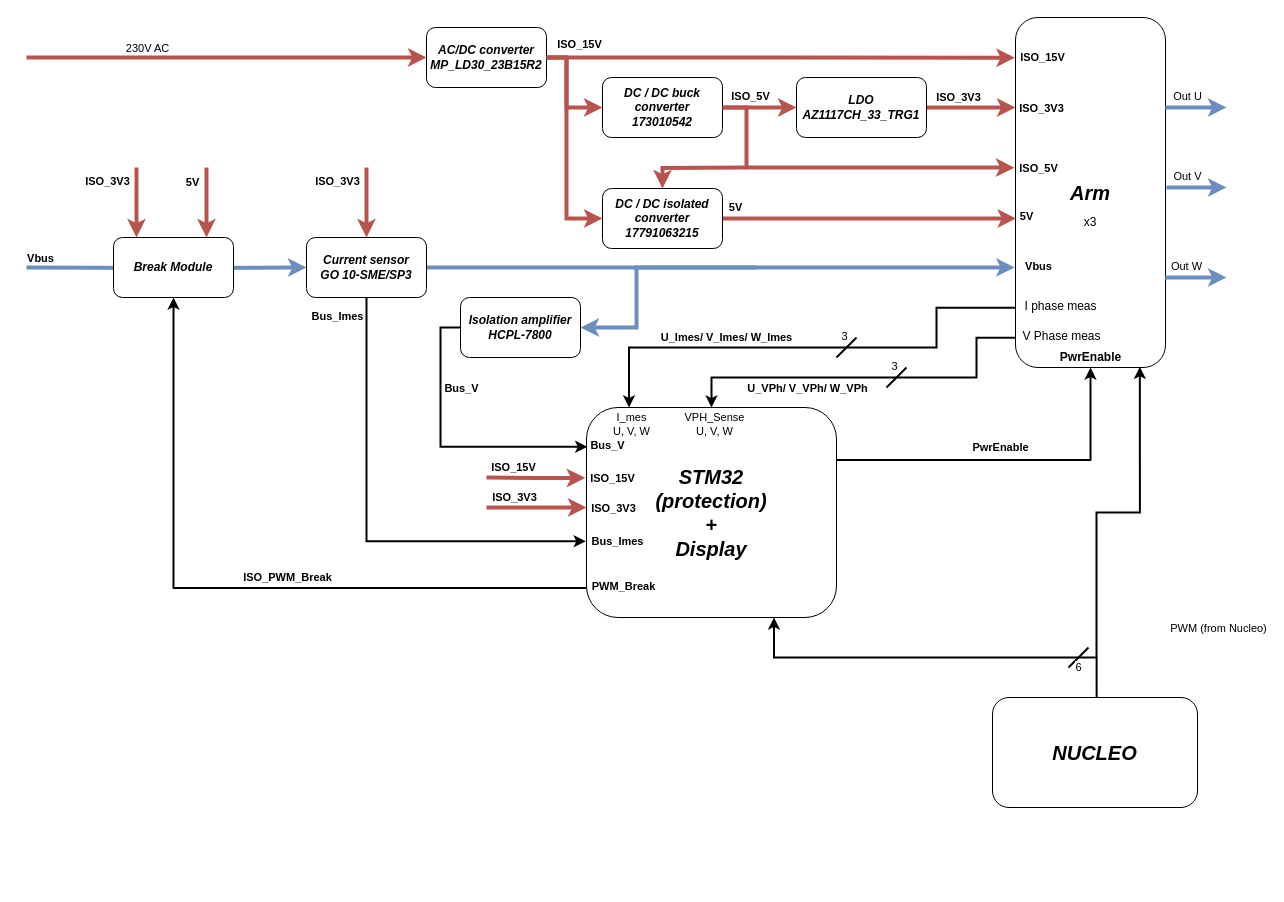
DBXYD/AAP_ENSEA_Inverter keeps this draw.io diagram as page "Global" (1 of 4) of Documentation/synopsis/AAP_Inverter.drawio. Above is the earlier version. Source tidied: cells renumbered, new cells numbered last; positions are measured from the earlier drawing's top-left corner, leaving out a move shared by most shapes. Both pictures are drawn from the tidied source at 100%, with x=0, y=0 at pixel (26, 17).
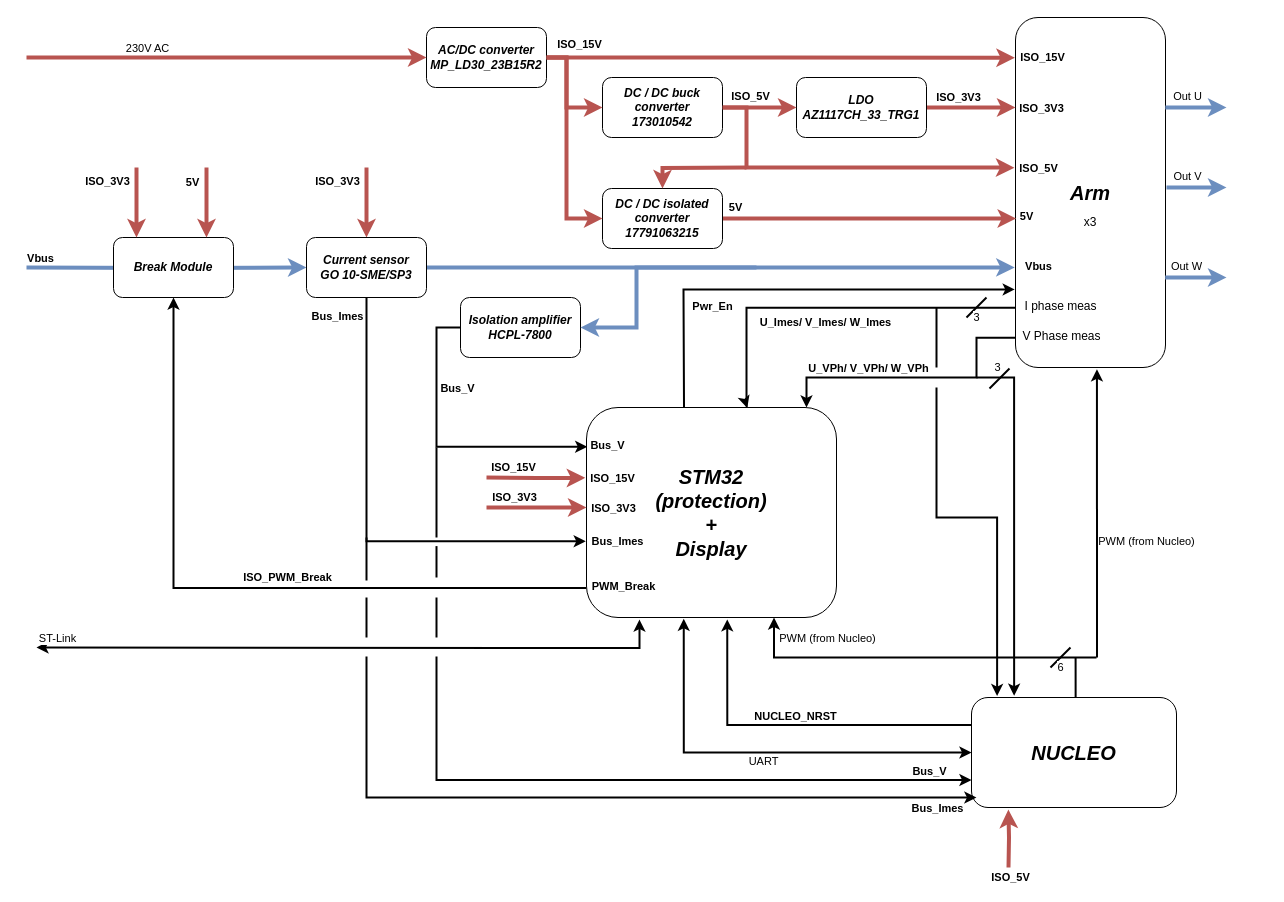
Above is the later version.

Unchanged cells that the change refers to:
```xml
<mxCell id="6" value="&lt;i&gt;&lt;b&gt;&lt;font style=&quot;font-size: 20px;&quot;&gt;Arm&lt;/font&gt;&lt;/b&gt;&lt;/i&gt;" style="rounded=1;whiteSpace=wrap;html=1;fillColor=default;" parent="1" vertex="1">
  <mxGeometry x="989" width="150" height="350" as="geometry" />
</mxCell>
<mxCell id="34" value="&lt;div&gt;Isolation amplifier&lt;/div&gt;&lt;div&gt;HCPL-7800&lt;br&gt;&lt;/div&gt;" style="rounded=1;whiteSpace=wrap;html=1;fontStyle=3;" parent="1" vertex="1">
  <mxGeometry x="434" y="280" width="120" height="60" as="geometry" />
</mxCell>
<mxCell id="45" value="&lt;div&gt;&lt;i&gt;&lt;font style=&quot;font-size: 20px;&quot;&gt;&lt;b&gt;STM32&lt;/b&gt;&lt;/font&gt;&lt;/i&gt;&lt;/div&gt;&lt;div&gt;&lt;i&gt;&lt;font style=&quot;font-size: 20px;&quot;&gt;&lt;b&gt;(protection)&lt;/b&gt;&lt;/font&gt;&lt;/i&gt;&lt;/div&gt;&lt;div&gt;&lt;i&gt;&lt;font style=&quot;font-size: 20px;&quot;&gt;&lt;b&gt;+&lt;/b&gt;&lt;/font&gt;&lt;/i&gt;&lt;/div&gt;&lt;div&gt;&lt;i&gt;&lt;font style=&quot;font-size: 20px;&quot;&gt;&lt;b&gt;Display&lt;br&gt;&lt;/b&gt;&lt;/font&gt;&lt;/i&gt;&lt;/div&gt;" style="rounded=1;whiteSpace=wrap;html=1;" parent="1" vertex="1">
  <mxGeometry x="560" y="390" width="250" height="210" as="geometry" />
</mxCell>
<mxCell id="66" style="endArrow=classic;html=1;rounded=0;entryX=0.75;entryY=1;entryDx=0;entryDy=0;edgeStyle=orthogonalEdgeStyle;strokeWidth=2;exitX=0.508;exitY=0.009;exitDx=0;exitDy=0;exitPerimeter=0;" parent="1" edge="1" source="77" target="45">
  <mxGeometry relative="1" as="geometry">
    <Array as="points">
      <mxPoint x="1070" y="640" />
      <mxPoint x="747" y="640" />
      <mxPoint x="747" y="600" />
    </Array>
  </mxGeometry>
</mxCell>
```

Diff of the diagram source:
```diff
@@
-    <mxCell id="2" style="edgeStyle=orthogonalEdgeStyle;rounded=0;jettySize=auto;html=1;entryX=0.17;entryY=0;entryDx=0;entryDy=0;entryPerimeter=0;strokeWidth=2;exitX=-0.003;exitY=0.829;exitDx=0;exitDy=0;exitPerimeter=0;" parent="1" edge="1" source="6" target="45">
+    <mxCell id="2" style="edgeStyle=orthogonalEdgeStyle;rounded=0;jettySize=auto;html=1;entryX=0.643;entryY=0.002;entryDx=0;entryDy=0;entryPerimeter=0;strokeWidth=2;exitX=-0.003;exitY=0.829;exitDx=0;exitDy=0;exitPerimeter=0;" parent="1" edge="1" source="6" target="45">
       <mxGeometry relative="1" as="geometry">
         <Array as="points">
-          <mxPoint x="910" y="290" />
-          <mxPoint x="910" y="330" />
-          <mxPoint x="603" y="330" />
+          <mxPoint x="720" y="290" />
+          <mxPoint x="720" y="388" />
         </Array>
       </mxGeometry>
     </mxCell>
     <mxCell id="3" value="U_Imes/ V_Imes/ W_Imes" style="edgeLabel;html=1;align=center;verticalAlign=middle;fontStyle=1;" parent="2" vertex="1">
       <mxGeometry x="0.38" y="2" relative="1" as="geometry">
-        <mxPoint x="6" y="-13" as="offset" />
+        <mxPoint x="65" y="12" as="offset" />
       </mxGeometry>
     </mxCell>
-    <mxCell id="4" style="edgeStyle=orthogonalEdgeStyle;rounded=0;jettySize=auto;html=1;entryX=0.5;entryY=0;entryDx=0;entryDy=0;strokeWidth=2;exitX=-0.003;exitY=0.915;exitDx=0;exitDy=0;exitPerimeter=0;" parent="1" edge="1" source="6" target="45">
+    <mxCell id="4" style="edgeStyle=orthogonalEdgeStyle;rounded=0;jettySize=auto;html=1;strokeWidth=2;exitX=-0.003;exitY=0.915;exitDx=0;exitDy=0;exitPerimeter=0;entryX=0.88;entryY=0;entryDx=0;entryDy=0;entryPerimeter=0;" parent="1" edge="1" source="6" target="45">
       <mxGeometry relative="1" as="geometry">
         <Array as="points">
           <mxPoint x="950" y="320" />
           <mxPoint x="950" y="360" />
-          <mxPoint x="685" y="360" />
+          <mxPoint x="780" y="360" />
         </Array>
       </mxGeometry>
     </mxCell>
     <mxCell id="5" value="U_VPh/ V_VPh/ W_VPh" style="edgeLabel;html=1;align=center;verticalAlign=middle;fontStyle=1;" parent="4" vertex="1">
       <mxGeometry x="-0.13" y="2" relative="1" as="geometry">
-        <mxPoint x="-86" y="8" as="offset" />
+        <mxPoint x="-66" y="-12" as="offset" />
       </mxGeometry>
     </mxCell>
@@
     <mxCell id="32" style="edgeStyle=orthogonalEdgeStyle;rounded=0;jettySize=auto;html=1;exitX=0;exitY=0.5;exitDx=0;exitDy=0;strokeWidth=2;entryX=0.003;entryY=0.187;entryDx=0;entryDy=0;entryPerimeter=0;" parent="1" edge="1" source="34" target="45">
-      <mxGeometry relative="1" as="geometry" />
+      <mxGeometry relative="1" as="geometry">
+        <Array as="points">
+          <mxPoint x="410" y="310" />
+          <mxPoint x="410" y="429" />
+        </Array>
+      </mxGeometry>
     </mxCell>
@@
-    <mxCell id="41" style="edgeStyle=orthogonalEdgeStyle;rounded=0;jettySize=auto;html=1;exitX=1;exitY=0.25;exitDx=0;exitDy=0;entryX=0.5;entryY=1;entryDx=0;entryDy=0;fontSize=11;strokeWidth=2;" parent="1" edge="1" source="45" target="6">
-      <mxGeometry relative="1" as="geometry" />
+    <mxCell id="41" style="edgeStyle=orthogonalEdgeStyle;rounded=0;jettySize=auto;html=1;entryX=-0.005;entryY=0.777;entryDx=0;entryDy=0;fontSize=11;strokeWidth=2;entryPerimeter=0;exitX=0.39;exitY=0;exitDx=0;exitDy=0;exitPerimeter=0;" parent="1" edge="1" source="45" target="6">
+      <mxGeometry relative="1" as="geometry">
+        <Array as="points">
+          <mxPoint x="658" y="387" />
+          <mxPoint x="657" y="387" />
+          <mxPoint x="657" y="272" />
+        </Array>
+      </mxGeometry>
     </mxCell>
-    <mxCell id="42" value="PwrEnable" style="edgeLabel;html=1;align=center;verticalAlign=middle;fontStyle=1;" parent="41" vertex="1">
+    <mxCell id="42" value="Pwr_En" style="edgeLabel;html=1;align=center;verticalAlign=middle;fontStyle=1;" parent="41" vertex="1">
       <mxGeometry x="0.13" y="-3" relative="1" as="geometry">
-        <mxPoint x="-33" y="-16" as="offset" />
+        <mxPoint x="-107" y="14" as="offset" />
       </mxGeometry>
     </mxCell>
@@
-    <mxCell id="48" value="PwrEnable" style="text;html=1;align=center;verticalAlign=middle;strokeColor=none;fillColor=none;fontStyle=1;" parent="1" vertex="1">
-      <mxGeometry x="1024" y="325" width="80" height="30" as="geometry" />
-    </mxCell>
     <mxCell id="49" style="endArrow=none;html=1;rounded=0;strokeWidth=2;" parent="1" edge="1">
       <mxGeometry relative="1" as="geometry">
-        <mxPoint x="810" y="340" as="sourcePoint" />
-        <mxPoint x="830" y="320" as="targetPoint" />
+        <mxPoint x="940" y="300" as="sourcePoint" />
+        <mxPoint x="960" y="280" as="targetPoint" />
         <Array as="points">
-          <mxPoint x="820" y="330" />
+          <mxPoint x="950" y="290" />
         </Array>
       </mxGeometry>
     </mxCell>
     <mxCell id="50" value="3" style="edgeLabel;html=1;align=center;verticalAlign=middle;" parent="49" vertex="1">
       <mxGeometry x="0.7" y="-1" relative="1" as="geometry">
-        <mxPoint x="-10" y="-5" as="offset" />
+        <mxPoint x="-8" y="16" as="offset" />
       </mxGeometry>
     </mxCell>
     <mxCell id="51" style="endArrow=none;html=1;rounded=0;strokeWidth=2;" parent="1" edge="1">
       <mxGeometry relative="1" as="geometry">
-        <mxPoint x="860" y="370" as="sourcePoint" />
-        <mxPoint x="880" y="350" as="targetPoint" />
+        <mxPoint x="963" y="371" as="sourcePoint" />
+        <mxPoint x="983" y="351" as="targetPoint" />
         <Array as="points">
-          <mxPoint x="870" y="360" />
+          <mxPoint x="973" y="361" />
         </Array>
       </mxGeometry>
     </mxCell>
@@
-    <mxCell id="53" value="&lt;div&gt;I_mes&lt;/div&gt;&lt;div&gt;U, V, W&lt;/div&gt;" style="edgeLabel;html=1;align=center;verticalAlign=middle;fontStyle=0;" parent="1" vertex="1">
-      <mxGeometry x="600" y="418" as="geometry">
-        <mxPoint x="4" y="-12" as="offset" />
-      </mxGeometry>
-    </mxCell>
-    <mxCell id="54" value="&lt;div&gt;VPH_Sense&lt;/div&gt;&lt;div&gt;U, V, W&lt;br&gt;&lt;/div&gt;" style="edgeLabel;html=1;align=center;verticalAlign=middle;fontStyle=0;" parent="1" vertex="1">
-      <mxGeometry x="685" y="412" as="geometry">
-        <mxPoint x="2" y="-6" as="offset" />
-      </mxGeometry>
-    </mxCell>
@@
     <mxCell id="67" value="PWM (from Nucleo)" style="edgeLabel;html=1;align=center;verticalAlign=middle;" parent="66" vertex="1">
       <mxGeometry x="0.13" relative="1" as="geometry">
-        <mxPoint x="308" y="-30" as="offset" />
+        <mxPoint x="228" y="-117" as="offset" />
       </mxGeometry>
     </mxCell>
     <mxCell id="68" style="endArrow=none;html=1;rounded=0;strokeWidth=2;" parent="1" edge="1">
       <mxGeometry relative="1" as="geometry">
-        <mxPoint x="1042" y="650" as="sourcePoint" />
-        <mxPoint x="1062" y="630" as="targetPoint" />
+        <mxPoint x="1024" y="650" as="sourcePoint" />
+        <mxPoint x="1044" y="630" as="targetPoint" />
         <Array as="points">
-          <mxPoint x="1052" y="640" />
+          <mxPoint x="1034" y="640" />
         </Array>
       </mxGeometry>
     </mxCell>
@@
     <mxCell id="77" value="&lt;font style=&quot;font-size: 20px;&quot;&gt;&lt;i&gt;&lt;b&gt;NUCLEO&lt;/b&gt;&lt;/i&gt;&lt;/font&gt;" style="rounded=1;whiteSpace=wrap;html=1;" parent="1" vertex="1">
-      <mxGeometry x="966" y="680" width="205" height="110" as="geometry" />
+      <mxGeometry x="945" y="680" width="205" height="110" as="geometry" />
     </mxCell>
-    <mxCell id="78" style="endArrow=classic;html=1;rounded=0;strokeWidth=2;edgeStyle=orthogonalEdgeStyle;entryX=0.829;entryY=0.998;entryDx=0;entryDy=0;entryPerimeter=0;" parent="1" edge="1" target="6">
+    <mxCell id="78" style="endArrow=classic;html=1;rounded=0;strokeWidth=2;edgeStyle=orthogonalEdgeStyle;entryX=0.543;entryY=1.005;entryDx=0;entryDy=0;entryPerimeter=0;" parent="1" edge="1" target="6">
       <mxGeometry relative="1" as="geometry">
         <mxPoint x="1070" y="640" as="sourcePoint" />
         <Array as="points">
-          <mxPoint x="1070" y="495" />
-          <mxPoint x="1113" y="495" />
+          <mxPoint x="1070" y="352" />
         </Array>
       </mxGeometry>
     </mxCell>
@@
+    <mxCell id="83" style="endArrow=classic;html=1;rounded=0;exitX=0;exitY=0.25;exitDx=0;exitDy=0;entryX=0.563;entryY=1.009;entryDx=0;entryDy=0;entryPerimeter=0;edgeStyle=orthogonalEdgeStyle;strokeWidth=2;" parent="1" edge="1" source="77" target="45">
+      <mxGeometry relative="1" as="geometry" />
+    </mxCell>
+    <mxCell id="84" value="NUCLEO_NRST" style="edgeLabel;html=1;align=center;verticalAlign=middle;fontStyle=1;" parent="83" vertex="1">
+      <mxGeometry x="0.01" y="2" relative="1" as="geometry">
+        <mxPoint y="-11" as="offset" />
+      </mxGeometry>
+    </mxCell>
+    <mxCell id="85" style="endArrow=classic;startArrow=classic;html=1;rounded=0;exitX=0.389;exitY=1.006;exitDx=0;exitDy=0;exitPerimeter=0;entryX=0;entryY=0.5;entryDx=0;entryDy=0;edgeStyle=orthogonalEdgeStyle;strokeWidth=2;" parent="1" edge="1" source="45" target="77">
+      <mxGeometry relative="1" as="geometry">
+        <Array as="points">
+          <mxPoint x="657" y="735" />
+        </Array>
+      </mxGeometry>
+    </mxCell>
+    <mxCell id="86" value="UART" style="edgeLabel;html=1;align=center;verticalAlign=middle;" parent="85" vertex="1">
+      <mxGeometry x="0.01" y="-4" relative="1" as="geometry">
+        <mxPoint y="4" as="offset" />
+      </mxGeometry>
+    </mxCell>
+    <mxCell id="87" value="PWM (from Nucleo)" style="edgeLabel;html=1;align=center;verticalAlign=middle;" parent="1" vertex="1">
+      <mxGeometry x="800" y="620" as="geometry" />
+    </mxCell>
+    <mxCell id="88" style="endArrow=classic;startArrow=classic;html=1;rounded=0;strokeWidth=2;entryX=0.212;entryY=1.01;entryDx=0;entryDy=0;entryPerimeter=0;edgeStyle=orthogonalEdgeStyle;" parent="1" edge="1" target="45">
+      <mxGeometry relative="1" as="geometry">
+        <mxPoint x="10" y="630" as="sourcePoint" />
+      </mxGeometry>
+    </mxCell>
+    <mxCell id="89" value="ST-Link" style="edgeLabel;html=1;align=center;verticalAlign=middle;" parent="88" vertex="1">
+      <mxGeometry x="0.12" y="5" relative="1" as="geometry">
+        <mxPoint x="-334" y="-5" as="offset" />
+      </mxGeometry>
+    </mxCell>
+    <mxCell id="90" style="endArrow=classic;html=1;rounded=0;entryX=0.208;entryY=-0.016;entryDx=0;entryDy=0;entryPerimeter=0;edgeStyle=orthogonalEdgeStyle;strokeWidth=2;" parent="1" edge="1" target="77">
+      <mxGeometry relative="1" as="geometry">
+        <mxPoint x="950" y="360" as="sourcePoint" />
+        <Array as="points">
+          <mxPoint x="988" y="360" />
+        </Array>
+      </mxGeometry>
+    </mxCell>
+    <mxCell id="91" style="endArrow=classic;html=1;rounded=0;edgeStyle=orthogonalEdgeStyle;strokeWidth=2;entryX=0.125;entryY=-0.013;entryDx=0;entryDy=0;entryPerimeter=0;" parent="1" edge="1" target="77">
+      <mxGeometry relative="1" as="geometry">
+        <mxPoint x="910" y="370" as="sourcePoint" />
+        <Array as="points">
+          <mxPoint x="910" y="500" />
+          <mxPoint x="970" y="500" />
+          <mxPoint x="970" y="679" />
+        </Array>
+      </mxGeometry>
+    </mxCell>
+    <mxCell id="92" style="endArrow=none;html=1;rounded=0;strokeWidth=2;" parent="1" edge="1">
+      <mxGeometry relative="1" as="geometry">
+        <mxPoint x="910" y="350" as="sourcePoint" />
+        <mxPoint x="910" y="290" as="targetPoint" />
+      </mxGeometry>
+    </mxCell>
+    <mxCell id="93" style="edgeStyle=orthogonalEdgeStyle;rounded=0;jettySize=auto;html=1;entryX=0.18;entryY=1.019;entryDx=0;entryDy=0;strokeWidth=4;fillColor=#f8cecc;strokeColor=#b85450;entryPerimeter=0;" parent="1" edge="1" target="77">
+      <mxGeometry relative="1" as="geometry">
+        <mxPoint x="982" y="850" as="sourcePoint" />
+      </mxGeometry>
+    </mxCell>
+    <mxCell id="94" value="ISO_5V" style="edgeLabel;html=1;align=center;verticalAlign=middle;fontStyle=1;" parent="93" vertex="1">
+      <mxGeometry x="0.24" y="2" relative="1" as="geometry">
+        <mxPoint x="4" y="45" as="offset" />
+      </mxGeometry>
+    </mxCell>
+    <mxCell id="95" style="endArrow=classic;html=1;rounded=0;entryX=0;entryY=0.75;entryDx=0;entryDy=0;edgeStyle=orthogonalEdgeStyle;strokeWidth=2;" parent="1" edge="1" target="77">
+      <mxGeometry relative="1" as="geometry">
+        <mxPoint x="409" y="640" as="sourcePoint" />
+        <Array as="points">
+          <mxPoint x="410" y="763" />
+        </Array>
+      </mxGeometry>
+    </mxCell>
+    <mxCell id="96" style="endArrow=none;html=1;rounded=0;strokeWidth=2;" parent="1" edge="1">
+      <mxGeometry relative="1" as="geometry">
+        <mxPoint x="410" y="620" as="sourcePoint" />
+        <mxPoint x="410" y="580" as="targetPoint" />
+      </mxGeometry>
+    </mxCell>
+    <mxCell id="97" style="endArrow=none;html=1;rounded=0;strokeWidth=2;" parent="1" edge="1">
+      <mxGeometry relative="1" as="geometry">
+        <mxPoint x="410" y="560" as="sourcePoint" />
+        <mxPoint x="410" y="528.6" as="targetPoint" />
+      </mxGeometry>
+    </mxCell>
+    <mxCell id="98" style="endArrow=none;html=1;rounded=0;strokeWidth=2;" parent="1" edge="1">
+      <mxGeometry relative="1" as="geometry">
+        <mxPoint x="410" y="520" as="sourcePoint" />
+        <mxPoint x="410" y="430" as="targetPoint" />
+      </mxGeometry>
+    </mxCell>
+    <mxCell id="99" value="Bus_V" style="edgeLabel;html=1;align=center;verticalAlign=middle;fontStyle=1;" parent="1" vertex="1">
+      <mxGeometry x="440.1" y="385" as="geometry">
+        <mxPoint x="462" y="368" as="offset" />
+      </mxGeometry>
+    </mxCell>
+    <mxCell id="100" style="endArrow=classic;html=1;rounded=0;entryX=0.024;entryY=0.909;entryDx=0;entryDy=0;entryPerimeter=0;edgeStyle=orthogonalEdgeStyle;strokeWidth=2;" parent="1" edge="1" target="77">
+      <mxGeometry relative="1" as="geometry">
+        <mxPoint x="339" y="640" as="sourcePoint" />
+        <Array as="points">
+          <mxPoint x="340" y="780" />
+        </Array>
+      </mxGeometry>
+    </mxCell>
+    <mxCell id="101" style="endArrow=none;html=1;rounded=0;strokeWidth=2;" parent="1" edge="1">
+      <mxGeometry relative="1" as="geometry">
+        <mxPoint x="340" y="620" as="sourcePoint" />
+        <mxPoint x="340" y="580" as="targetPoint" />
+      </mxGeometry>
+    </mxCell>
+    <mxCell id="102" style="endArrow=none;html=1;rounded=0;strokeWidth=2;" parent="1" edge="1">
+      <mxGeometry relative="1" as="geometry">
+        <mxPoint x="340" y="563" as="sourcePoint" />
+        <mxPoint x="340" y="520" as="targetPoint" />
+      </mxGeometry>
+    </mxCell>
+    <mxCell id="103" value="Bus_Imes" style="edgeLabel;html=1;align=center;verticalAlign=middle;fontStyle=1;" parent="1" vertex="1">
+      <mxGeometry x="910" y="790" as="geometry" />
+    </mxCell>
```
